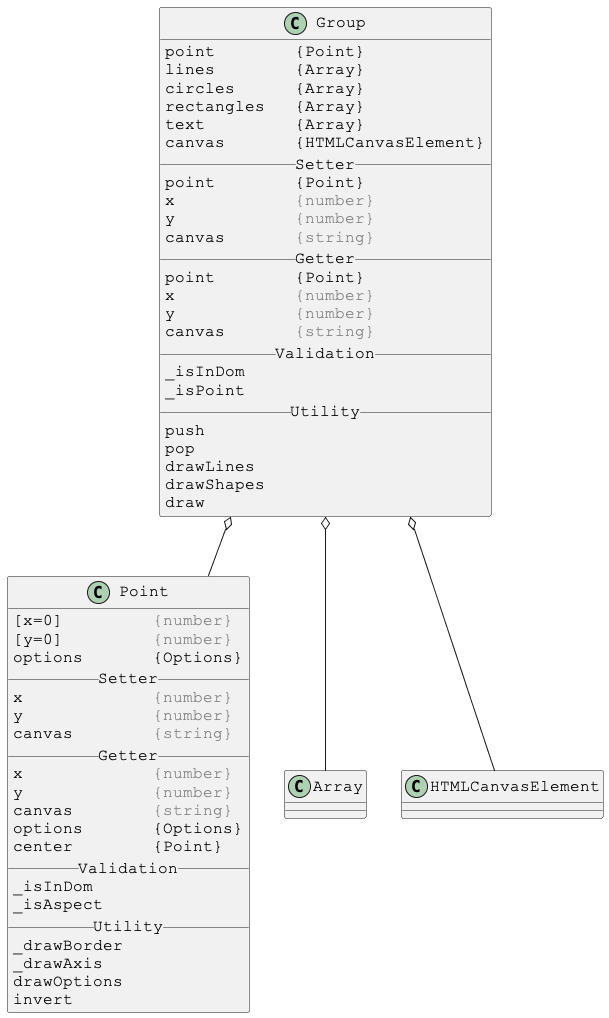
Justin-Byrne/canvasLab keeps this PlantUML diagram as docs/PlantUml/images/linked/Group-linked.png. Above is the earlier version.
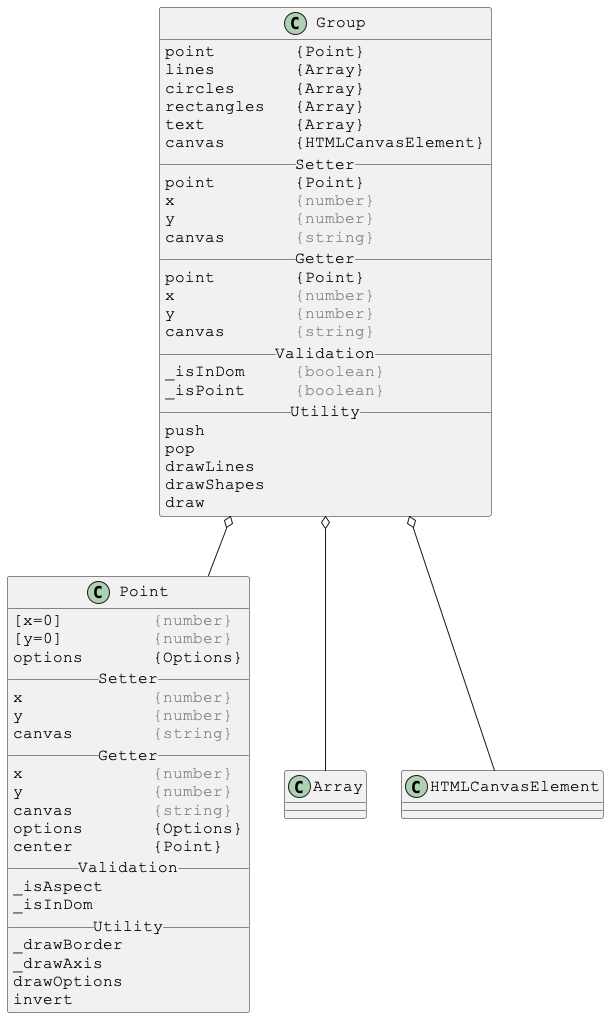
The same diagram one commit later.

Change to the diagram source:
```diff
@@ -21,8 +21,8 @@
 y            <color:gray>{number}</color>
 canvas       <color:gray>{string}</color>
 __ Validation __
-_isInDom
-_isPoint
+_isInDom     <color:gray>{boolean}</color>
+_isPoint     <color:gray>{boolean}</color>
 __ Utility __
 push
 pop
@@ -55,8 +55,8 @@
 options       {Options}
 center        {Point}
 __ Validation __
+_isAspect
 _isInDom
-_isAspect
 __ Utility __
 _drawBorder
 _drawAxis
```
